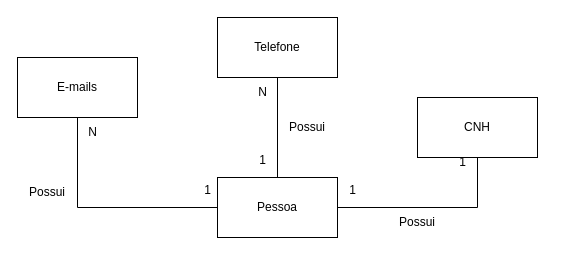
Before: BancoDeDados/Aula3-24-07-Atividade-ModeloEntidadeRelacionamento/1.1-exercicio-pessoas/Atividade-01.drawio in AllanR1991/Senai-2SM, a draw.io diagram. Source tidied: cells renumbered, new cells numbered last; positions are measured from the earlier drawing's top-left corner, leaving out a move shared by most shapes. Both pictures are drawn from the tidied source at 100%, with x=0, y=0 at pixel (17, 17).
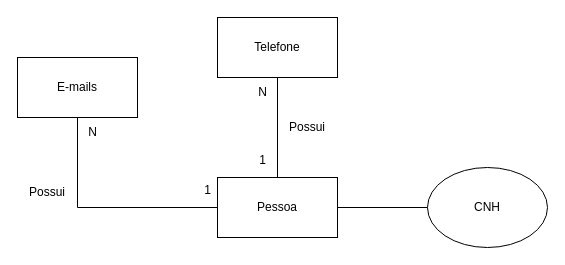
Above is the later version.

The edit, as a diff of the source:
```diff
@@
 <mxGraphModel>
   <root>
     <mxCell id="0" />
     <mxCell id="1" parent="0" />
-    <mxCell id="2" style="edgeStyle=orthogonalEdgeStyle;rounded=0;jettySize=auto;html=1;endArrow=none;endFill=0;entryX=0.5;entryY=1;entryDx=0;entryDy=0;" parent="1" edge="1" source="5" target="8">
-      <mxGeometry relative="1" as="geometry" />
-    </mxCell>
     <mxCell id="3" style="edgeStyle=orthogonalEdgeStyle;rounded=0;jettySize=auto;html=1;entryX=0.5;entryY=1;entryDx=0;entryDy=0;endArrow=none;endFill=0;" parent="1" edge="1" source="5" target="6">
       <mxGeometry relative="1" as="geometry" />
     </mxCell>
     <mxCell id="4" style="edgeStyle=orthogonalEdgeStyle;rounded=0;jettySize=auto;html=1;endArrow=none;endFill=0;" parent="1" edge="1" source="5" target="7">
       <mxGeometry relative="1" as="geometry" />
     </mxCell>
     <mxCell id="5" value="Pessoa" style="rounded=0;whiteSpace=wrap;html=1;" parent="1" vertex="1">
       <mxGeometry x="200" y="160" width="120" height="60" as="geometry" />
     </mxCell>
     <mxCell id="6" value="Telefone" style="rounded=0;whiteSpace=wrap;html=1;" parent="1" vertex="1">
       <mxGeometry x="200" width="120" height="60" as="geometry" />
     </mxCell>
     <mxCell id="7" value="E-mails" style="rounded=0;whiteSpace=wrap;html=1;" parent="1" vertex="1">
       <mxGeometry y="40" width="120" height="60" as="geometry" />
     </mxCell>
-    <mxCell id="8" value="CNH" style="rounded=0;whiteSpace=wrap;html=1;" parent="1" vertex="1">
-      <mxGeometry x="400" y="80" width="120" height="60" as="geometry" />
-    </mxCell>
     <mxCell id="9" value="1" style="text;html=1;align=center;verticalAlign=middle;strokeColor=none;fillColor=none;" parent="1" vertex="1">
       <mxGeometry x="175" y="158" width="30" height="30" as="geometry" />
     </mxCell>
     <mxCell id="10" value="1" style="text;html=1;align=center;verticalAlign=middle;strokeColor=none;fillColor=none;" parent="1" vertex="1">
       <mxGeometry x="230" y="128" width="30" height="30" as="geometry" />
     </mxCell>
-    <mxCell id="11" value="1" style="text;html=1;align=center;verticalAlign=middle;strokeColor=none;fillColor=none;" parent="1" vertex="1">
-      <mxGeometry x="320" y="158" width="30" height="30" as="geometry" />
-    </mxCell>
-    <mxCell id="12" value="1" style="text;html=1;align=center;verticalAlign=middle;strokeColor=none;fillColor=none;" parent="1" vertex="1">
-      <mxGeometry x="430" y="130" width="30" height="30" as="geometry" />
-    </mxCell>
     <mxCell id="13" value="N" style="text;html=1;align=center;verticalAlign=middle;strokeColor=none;fillColor=none;" parent="1" vertex="1">
       <mxGeometry x="230" y="60" width="30" height="30" as="geometry" />
     </mxCell>
     <mxCell id="14" value="N" style="text;html=1;align=center;verticalAlign=middle;strokeColor=none;fillColor=none;" parent="1" vertex="1">
       <mxGeometry x="60" y="100" width="30" height="30" as="geometry" />
     </mxCell>
     <mxCell id="15" value="Possui" style="text;html=1;strokeColor=none;fillColor=none;align=center;verticalAlign=middle;whiteSpace=wrap;rounded=0;" parent="1" vertex="1">
       <mxGeometry y="160" width="60" height="30" as="geometry" />
     </mxCell>
     <mxCell id="16" value="Possui" style="text;html=1;strokeColor=none;fillColor=none;align=center;verticalAlign=middle;whiteSpace=wrap;rounded=0;" parent="1" vertex="1">
       <mxGeometry x="260" y="95" width="60" height="30" as="geometry" />
     </mxCell>
-    <mxCell id="17" value="Possui" style="text;html=1;strokeColor=none;fillColor=none;align=center;verticalAlign=middle;whiteSpace=wrap;rounded=0;" parent="1" vertex="1">
-      <mxGeometry x="370" y="190" width="60" height="30" as="geometry" />
-    </mxCell>
+    <mxCell id="8" value="CNH" style="ellipse;whiteSpace=wrap;html=1;rounded=0;strokeColor=default;fontFamily=Helvetica;fontSize=12;fontColor=default;fillColor=default;" parent="1" vertex="1">
+      <mxGeometry x="410" y="150" width="120" height="80" as="geometry" />
+    </mxCell>
+    <mxCell id="2" style="endArrow=none;html=1;rounded=0;fontFamily=Helvetica;fontSize=12;fontColor=default;exitX=1;exitY=0.5;exitDx=0;exitDy=0;entryX=0;entryY=0.5;entryDx=0;entryDy=0;" parent="1" edge="1" source="5" target="8">
+      <mxGeometry relative="1" as="geometry" />
+    </mxCell>
   </root>
 </mxGraphModel>
```
